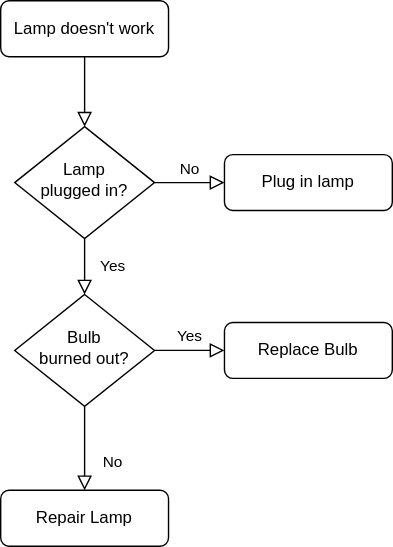
Before: 大件库区周推荐商品移入移出.drawio.svg, a diagram exported from draw.io (Viggon/draw.io). Source tidied: cells renumbered, new cells last; positions are measured from the earlier drawing's top-left corner, leaving out a move shared by most shapes.
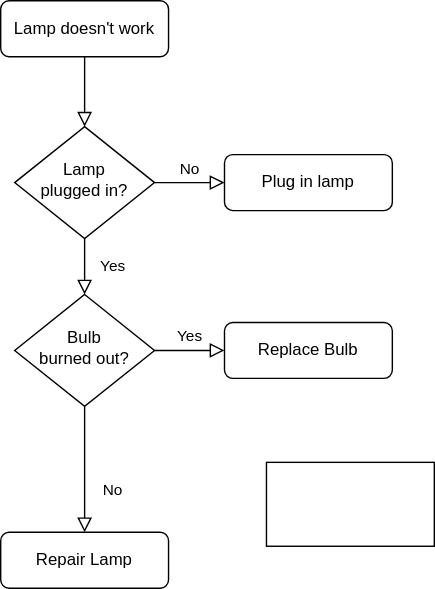
Above is the later version.

Commit message:
更新大件库区周推荐商品移入移出.drawio.svg

Change to the diagram source:
```diff
@@ -30,10 +30,13 @@
       <mxGeometry x="10" y="210" width="100" height="80" as="geometry" />
     </mxCell>
     <mxCell id="11" value="Repair Lamp" style="rounded=1;whiteSpace=wrap;html=1;fontSize=12;glass=0;strokeWidth=1;shadow=0;" parent="1" vertex="1">
-      <mxGeometry y="350" width="120" height="40" as="geometry" />
+      <mxGeometry y="380" width="120" height="40" as="geometry" />
     </mxCell>
     <mxCell id="12" value="Replace Bulb" style="rounded=1;whiteSpace=wrap;html=1;fontSize=12;glass=0;strokeWidth=1;shadow=0;" parent="1" vertex="1">
       <mxGeometry x="160" y="230" width="120" height="40" as="geometry" />
     </mxCell>
+    <mxCell id="13" style="rounded=0;whiteSpace=wrap;html=1;" parent="1" vertex="1">
+      <mxGeometry x="190" y="330" width="120" height="60" as="geometry" />
+    </mxCell>
   </root>
 </mxGraphModel>
```
